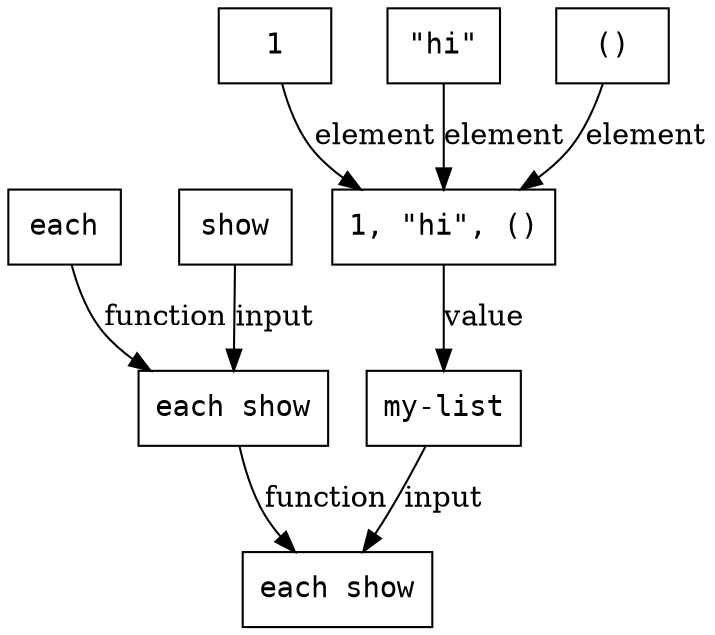
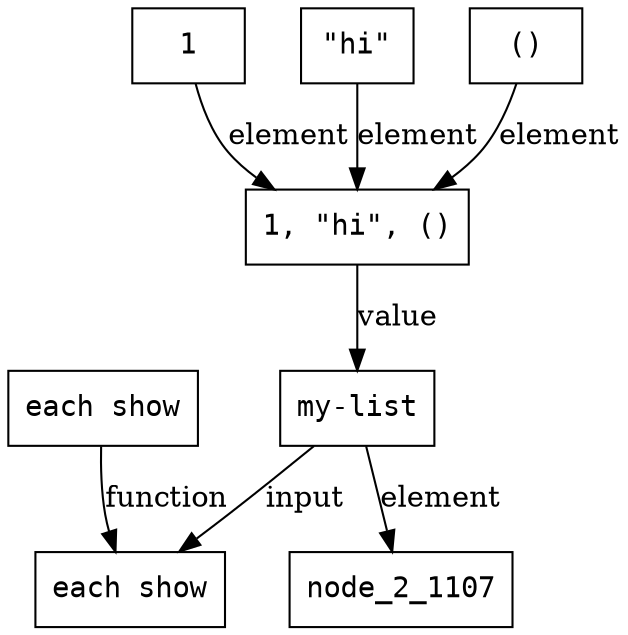
digraph G {
  node [shape=box, fontname=monospace]
  node_2_4 [label="1, \"hi\", ()"]
  node_2_6 [label="1"]
  node_2_7 [label="\"hi\""]
  node_2_8 [label="()"]
  node_2_18 [label="my-list"]
  node_2_20 [label="each show"]
  node_2_22 [label="each show"]
-   node_2_23 [label="each"]
-   node_2_24 [label="show"]
  node_2_4 -> node_2_18 [label="value"]
  node_2_6 -> node_2_4 [label="element"]
  node_2_7 -> node_2_4 [label="element"]
  node_2_8 -> node_2_4 [label="element"]
  node_2_18 -> node_2_20 [label="input"]
+   node_2_18 -> node_2_1107 [label="element"]
  node_2_22 -> node_2_20 [label="function"]
-   node_2_23 -> node_2_22 [label="function"]
-   node_2_24 -> node_2_22 [label="input"]
}
